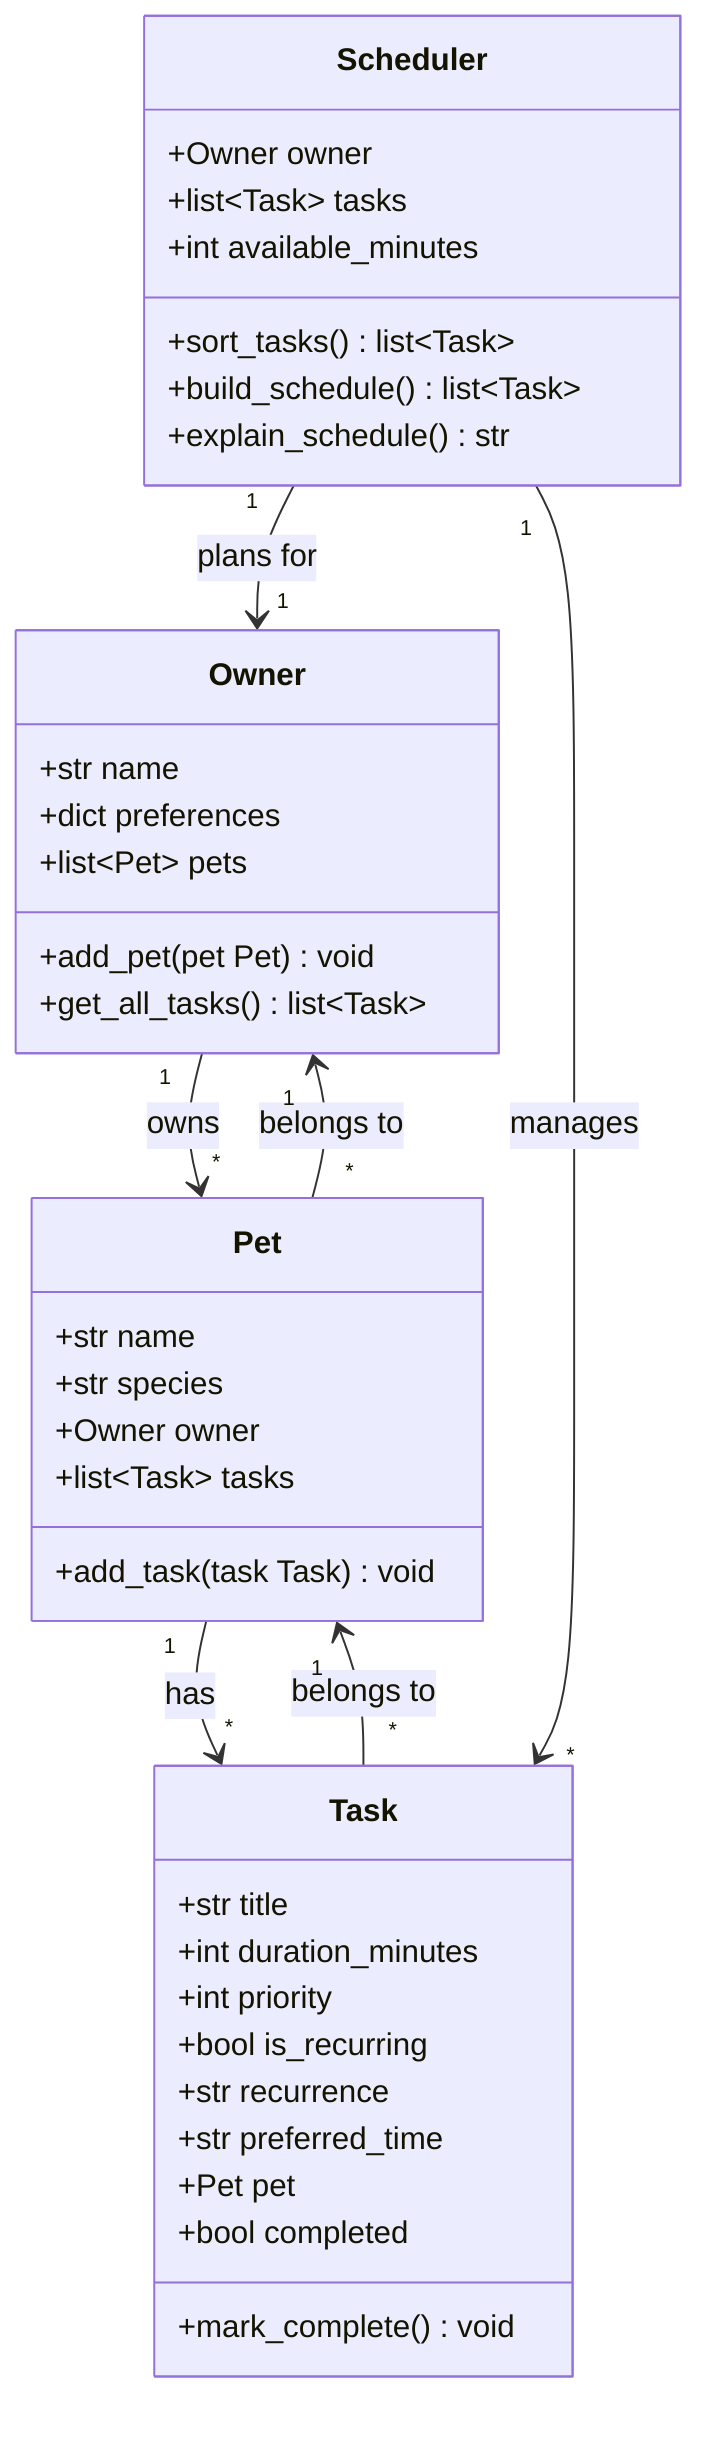
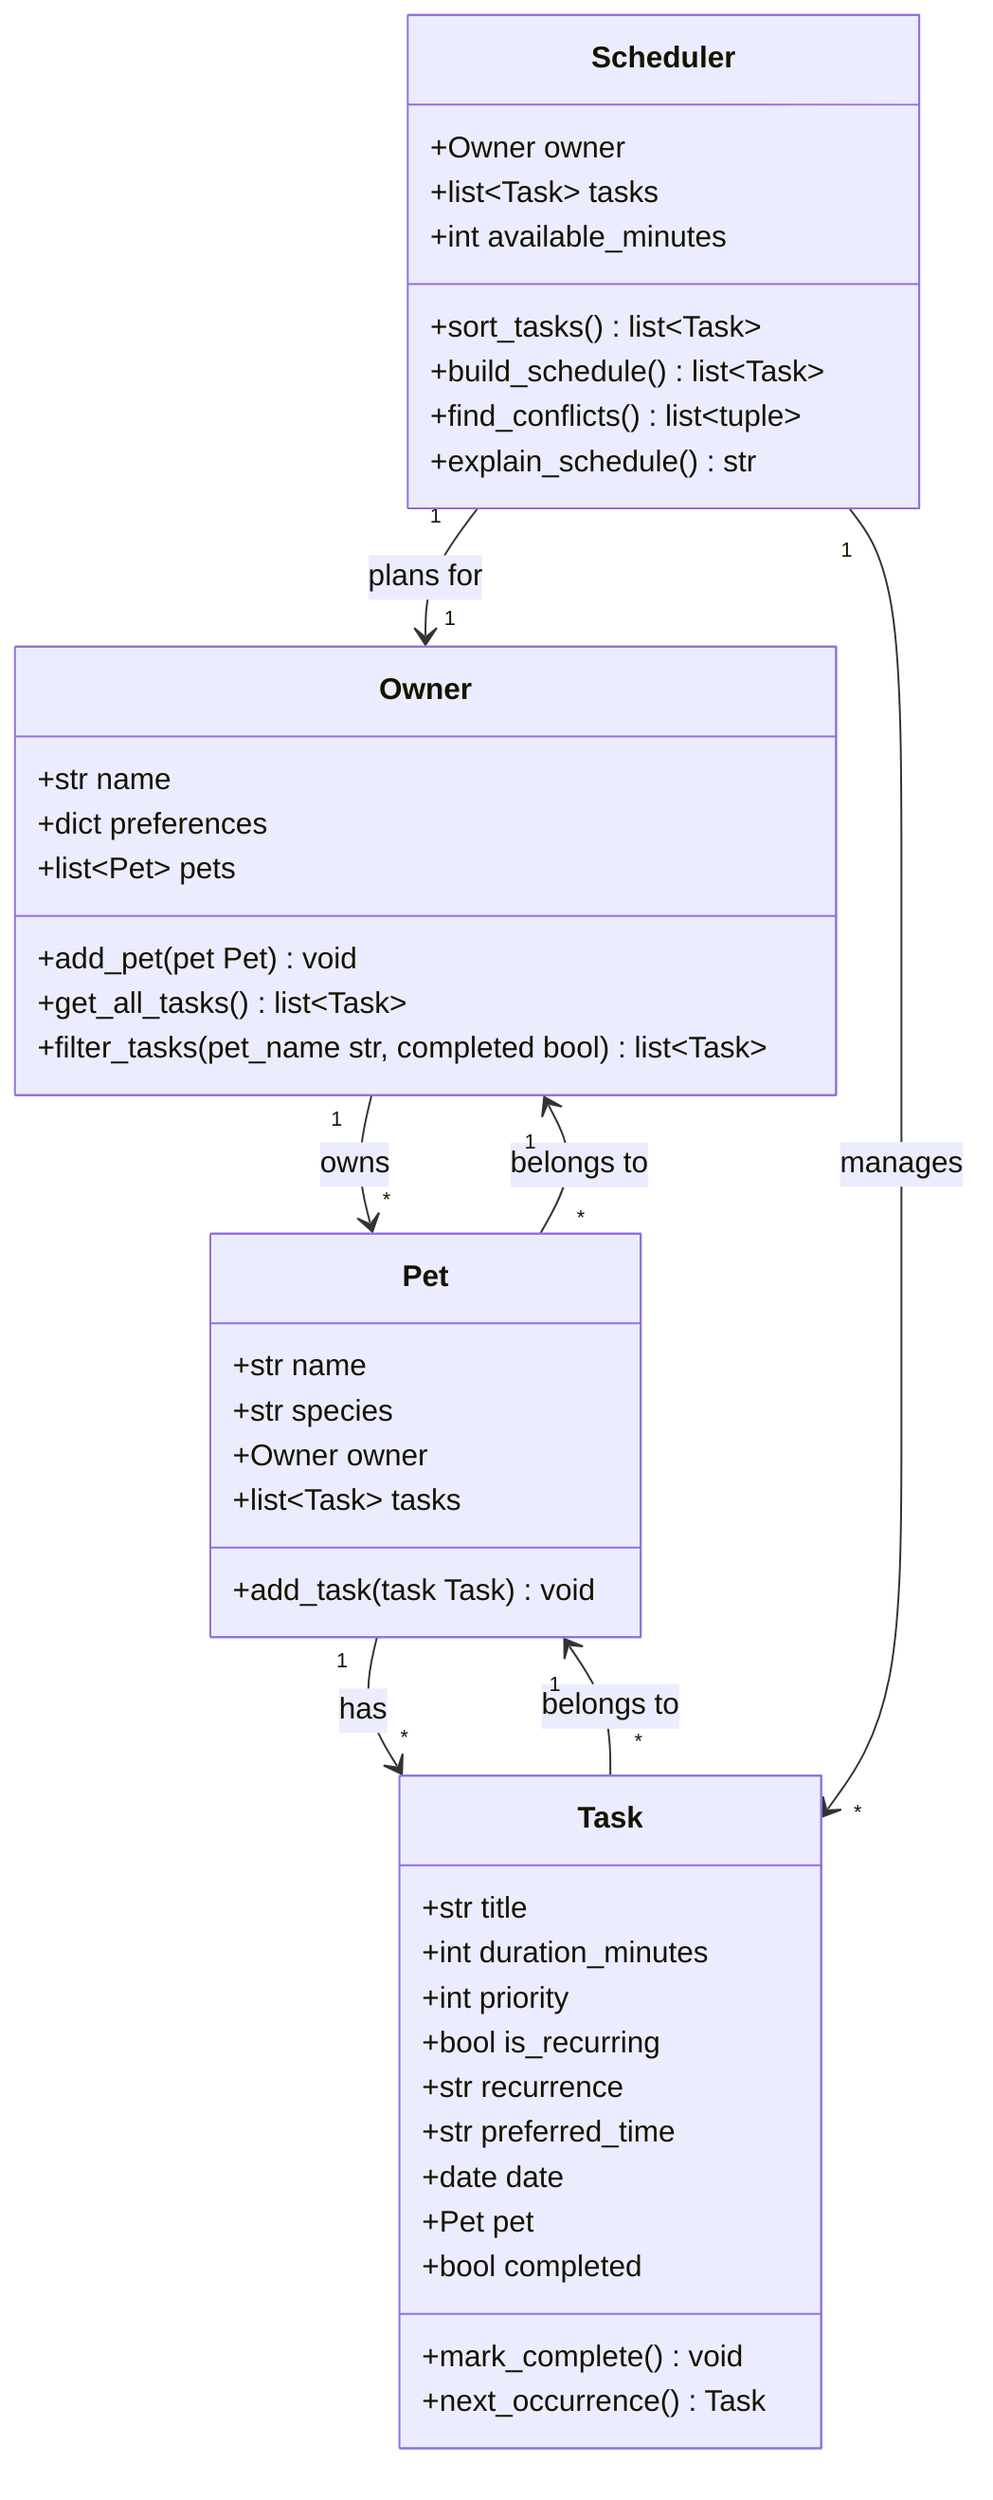
classDiagram
    %% PawPal+ — pet care scheduling app
    %% Keep this file updated so it matches your final implementation.

    class Owner {
        +str name
        +dict preferences
        +list~Pet~ pets
        +add_pet(pet Pet) void
        +get_all_tasks() list~Task~
+         +filter_tasks(pet_name str, completed bool) list~Task~
    }

    class Pet {
        +str name
        +str species
        +Owner owner
        +list~Task~ tasks
        +add_task(task Task) void
    }

    class Task {
        +str title
        +int duration_minutes
        +int priority
        +bool is_recurring
        +str recurrence
        +str preferred_time
+         +date date
        +Pet pet
        +bool completed
        +mark_complete() void
+         +next_occurrence() Task
    }

    class Scheduler {
        +Owner owner
        +list~Task~ tasks
        +int available_minutes
        +sort_tasks() list~Task~
        +build_schedule() list~Task~
+         +find_conflicts() list~tuple~
        +explain_schedule() str
    }

    Owner "1" --> "*" Pet : owns
    Pet "*" --> "1" Owner : belongs to
    Pet "1" --> "*" Task : has
    Task "*" --> "1" Pet : belongs to
    Scheduler "1" --> "1" Owner : plans for
    Scheduler "1" --> "*" Task : manages
